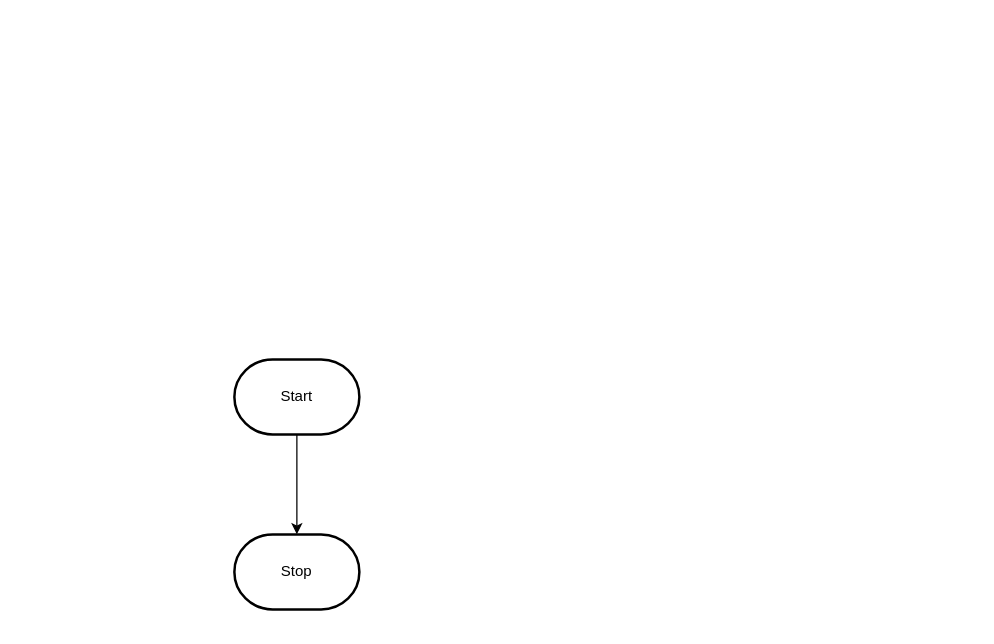
Above: design/flowchart.drawio in MTHS-ICS2O-2-2022/ICS2O-Unit-3-04-timbradyy (draw.io), before the change. Source tidied: cells renumbered, new cells numbered last; positions are measured from the earlier drawing's top-left corner, leaving out a move shared by most shapes. Both pictures are drawn from the tidied source at 125%, with x=0, y=0 at pixel (234, 359).
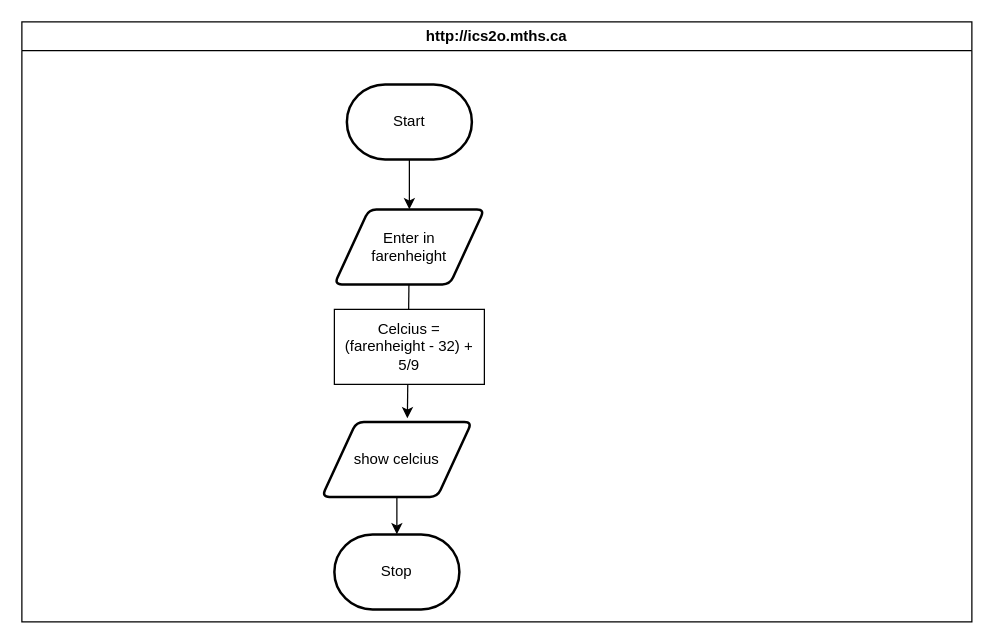
The same diagram, later.

The edit, as a diff of the source:
```diff
@@
 <mxGraphModel>
   <root>
     <mxCell id="0" />
     <mxCell id="1" parent="0" />
-    <mxCell id="2" style="edgeStyle=orthogonalEdgeStyle;html=1;rounded=0;" parent="1" edge="1" source="3" target="4">
-      <mxGeometry relative="1" as="geometry" />
-    </mxCell>
+    <mxCell id="5" value="http://ics2o.mths.ca" style="swimlane;whiteSpace=wrap;html=1;" parent="1" vertex="1">
+      <mxGeometry x="-170" y="-270" width="760" height="480" as="geometry" />
+    </mxCell>
+    <mxCell id="4" value="Stop" style="strokeWidth=2;html=1;shape=mxgraph.flowchart.terminator;whiteSpace=wrap;" parent="5" vertex="1">
+      <mxGeometry x="250" y="410" width="100" height="60" as="geometry" />
+    </mxCell>
+    <mxCell id="6" style="edgeStyle=none;html=1;" parent="5" edge="1" source="3" target="8">
+      <mxGeometry relative="1" as="geometry" />
+    </mxCell>
-    <mxCell id="3" value="Start" style="strokeWidth=2;html=1;shape=mxgraph.flowchart.terminator;whiteSpace=wrap;" parent="1" vertex="1">
-      <mxGeometry width="100" height="60" as="geometry" />
+    <mxCell id="3" value="Start" style="strokeWidth=2;html=1;shape=mxgraph.flowchart.terminator;whiteSpace=wrap;" parent="5" vertex="1">
+      <mxGeometry x="260" y="50" width="100" height="60" as="geometry" />
     </mxCell>
-    <mxCell id="4" value="Stop" style="strokeWidth=2;html=1;shape=mxgraph.flowchart.terminator;whiteSpace=wrap;" parent="1" vertex="1">
-      <mxGeometry y="140" width="100" height="60" as="geometry" />
-    </mxCell>
+    <mxCell id="7" style="edgeStyle=none;html=1;entryX=0.57;entryY=-0.048;entryDx=0;entryDy=0;entryPerimeter=0;" parent="5" edge="1" source="8" target="10">
+      <mxGeometry relative="1" as="geometry" />
+    </mxCell>
+    <mxCell id="8" value="Enter in &lt;br&gt;farenheight" style="shape=parallelogram;html=1;strokeWidth=2;perimeter=parallelogramPerimeter;whiteSpace=wrap;rounded=1;arcSize=12;size=0.23;" parent="5" vertex="1">
+      <mxGeometry x="250" y="150" width="120" height="60" as="geometry" />
+    </mxCell>
+    <mxCell id="9" style="edgeStyle=none;html=1;" parent="5" edge="1" source="10" target="4">
+      <mxGeometry relative="1" as="geometry" />
+    </mxCell>
+    <mxCell id="10" value="show celcius" style="shape=parallelogram;html=1;strokeWidth=2;perimeter=parallelogramPerimeter;whiteSpace=wrap;rounded=1;arcSize=12;size=0.23;" parent="5" vertex="1">
+      <mxGeometry x="240" y="320" width="120" height="60" as="geometry" />
+    </mxCell>
+    <mxCell id="11" value="Celcius =&lt;br&gt;(farenheight - 32) + 5/9" style="rounded=0;whiteSpace=wrap;html=1;" parent="5" vertex="1">
+      <mxGeometry x="250" y="230" width="120" height="60" as="geometry" />
+    </mxCell>
   </root>
 </mxGraphModel>
```
